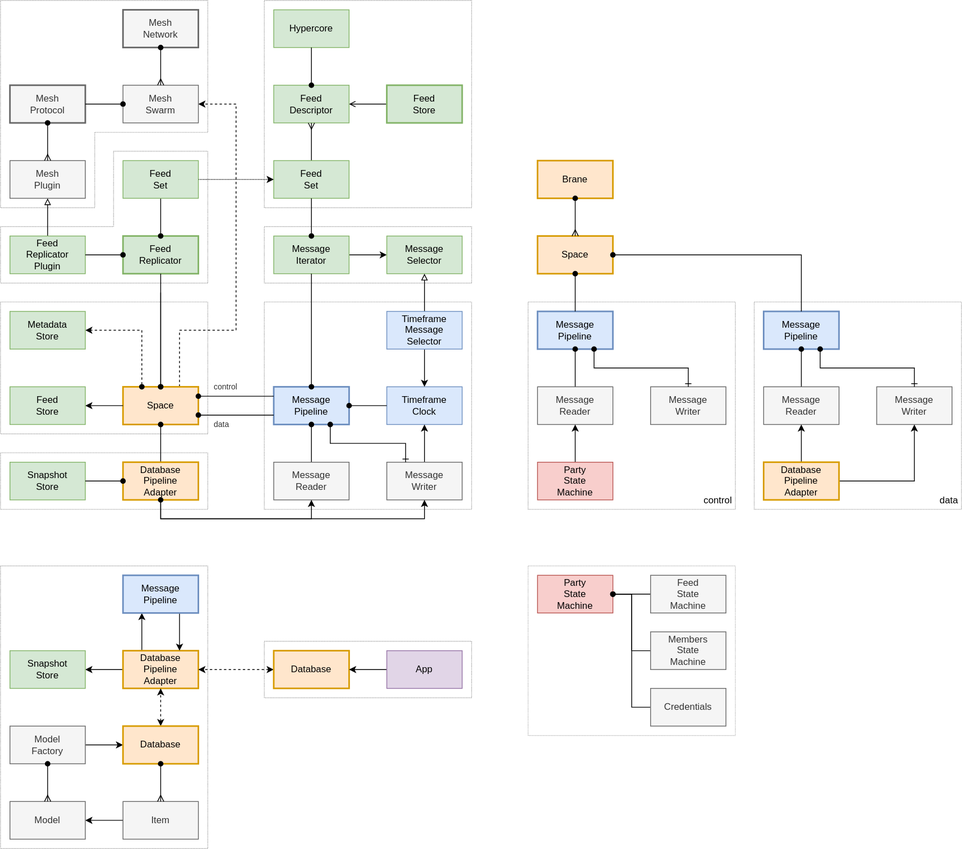
The draw.io diagram docs/design/diagrams/echo-pipeline.drawio.svg in dxos/dxos, before a commit. Source tidied: cells renumbered, new cells last; positions are measured from the earlier drawing's top-left corner, leaving out a move shared by most shapes.
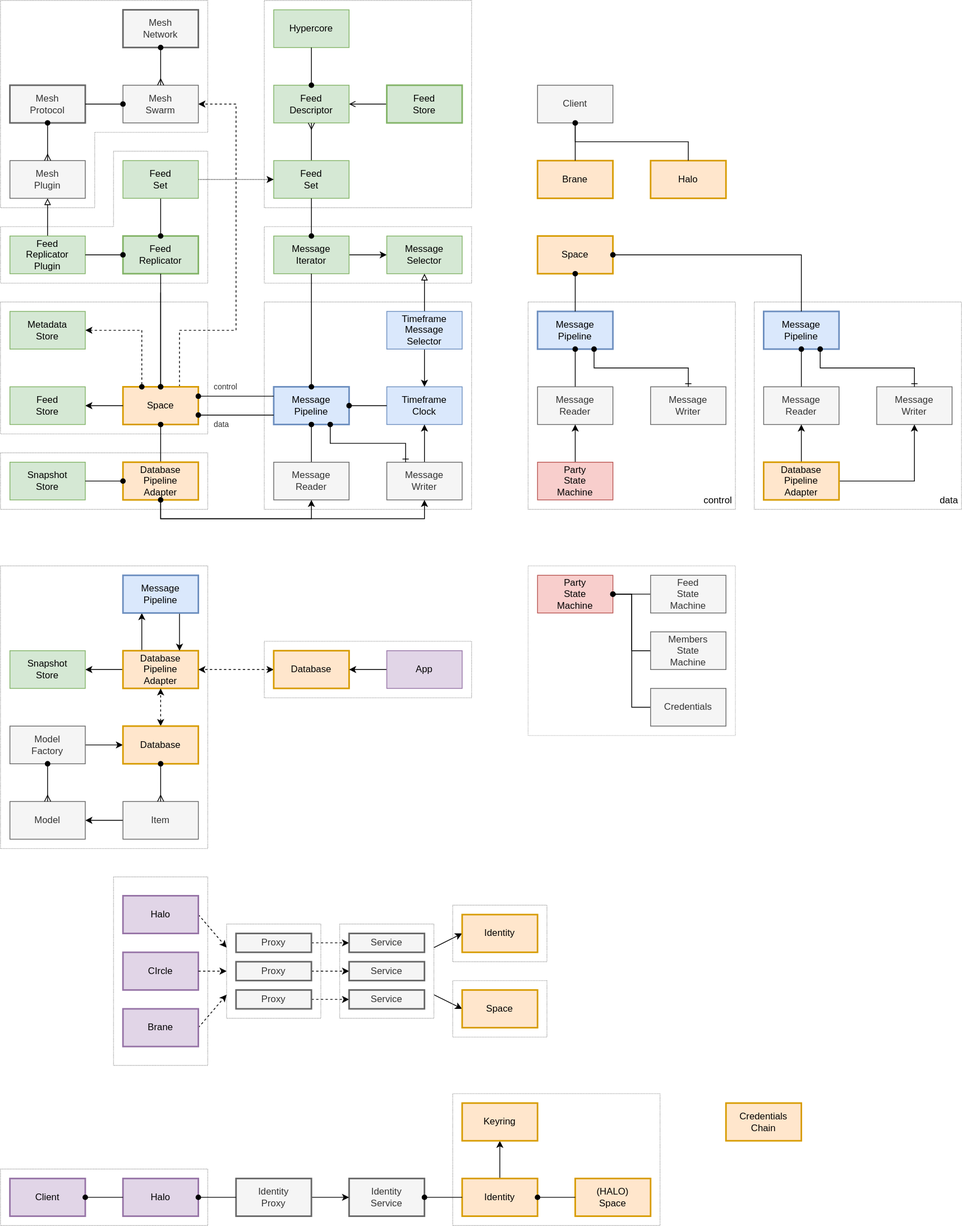
The same diagram one commit later.

Diff of the diagram source:
```diff
@@ -2,6 +2,33 @@
   <root>
     <mxCell id="0" />
     <mxCell id="1" parent="0" />
+    <mxCell id="115" style="rounded=0;whiteSpace=wrap;html=1;fillColor=none;dashed=1;strokeColor=#999999;dashPattern=1 1;" parent="1" vertex="1">
+      <mxGeometry y="1488" width="264" height="72" as="geometry" />
+    </mxCell>
+    <mxCell id="116" style="rounded=0;whiteSpace=wrap;html=1;fillColor=none;dashed=1;strokeColor=#999999;dashPattern=1 1;" parent="1" vertex="1">
+      <mxGeometry x="576" y="1392" width="264" height="168" as="geometry" />
+    </mxCell>
+    <mxCell id="117" style="rounded=0;whiteSpace=wrap;html=1;fillColor=none;dashed=1;strokeColor=#999999;dashPattern=1 1;" parent="1" vertex="1">
+      <mxGeometry x="288" y="1176" width="120" height="120" as="geometry" />
+    </mxCell>
+    <mxCell id="118" style="edgeStyle=none;shape=connector;rounded=0;html=1;exitX=1;exitY=0.25;exitDx=0;exitDy=0;entryX=0;entryY=0.5;entryDx=0;entryDy=0;labelBackgroundColor=default;fontFamily=Helvetica;fontSize=11;fontColor=default;startArrow=none;startFill=0;endArrow=classic;endFill=1;strokeColor=default;" parent="1" edge="1" source="120" target="134">
+      <mxGeometry relative="1" as="geometry" />
+    </mxCell>
+    <mxCell id="119" style="edgeStyle=none;shape=connector;rounded=0;html=1;exitX=1;exitY=0.75;exitDx=0;exitDy=0;entryX=0;entryY=0.5;entryDx=0;entryDy=0;labelBackgroundColor=default;fontFamily=Helvetica;fontSize=11;fontColor=default;startArrow=none;startFill=0;endArrow=classic;endFill=1;strokeColor=default;" parent="1" edge="1" source="120" target="137">
+      <mxGeometry relative="1" as="geometry" />
+    </mxCell>
+    <mxCell id="120" style="rounded=0;whiteSpace=wrap;html=1;fillColor=none;dashed=1;strokeColor=#999999;dashPattern=1 1;" parent="1" vertex="1">
+      <mxGeometry x="432" y="1176" width="120" height="120" as="geometry" />
+    </mxCell>
+    <mxCell id="121" style="rounded=0;whiteSpace=wrap;html=1;fillColor=none;dashed=1;strokeColor=#999999;dashPattern=1 1;" parent="1" vertex="1">
+      <mxGeometry x="576" y="1248" width="120" height="72" as="geometry" />
+    </mxCell>
+    <mxCell id="122" style="rounded=0;whiteSpace=wrap;html=1;fillColor=none;dashed=1;strokeColor=#999999;dashPattern=1 1;" parent="1" vertex="1">
+      <mxGeometry x="576" y="1152" width="120" height="72" as="geometry" />
+    </mxCell>
+    <mxCell id="123" style="rounded=0;whiteSpace=wrap;html=1;fillColor=none;dashed=1;strokeColor=#999999;dashPattern=1 1;" parent="1" vertex="1">
+      <mxGeometry x="144" y="1116" width="120" height="240" as="geometry" />
+    </mxCell>
     <mxCell id="2" style="rounded=0;whiteSpace=wrap;html=1;fillColor=none;dashed=1;strokeColor=#999999;dashPattern=1 1;" parent="1" vertex="1">
       <mxGeometry x="336" y="816" width="264" height="72" as="geometry" />
     </mxCell>
@@ -336,9 +363,6 @@
     <mxCell id="94" value="Brane" style="rounded=0;whiteSpace=wrap;html=1;fillColor=#ffe6cc;strokeColor=#d79b00;strokeWidth=2;" parent="1" vertex="1">
       <mxGeometry x="684" y="204" width="96" height="48" as="geometry" />
     </mxCell>
-    <mxCell id="95" style="edgeStyle=none;rounded=0;html=1;exitX=0.5;exitY=1;exitDx=0;exitDy=0;startArrow=oval;startFill=1;endArrow=ERmany;endFill=0;" parent="1" edge="1" source="94" target="91">
-      <mxGeometry relative="1" as="geometry" />
-    </mxCell>
     <mxCell id="96" style="edgeStyle=none;html=1;exitX=0;exitY=0.5;exitDx=0;exitDy=0;startArrow=none;startFill=0;endArrow=classic;endFill=1;" parent="1" edge="1" source="98" target="110">
       <mxGeometry relative="1" as="geometry" />
     </mxCell>
@@ -396,5 +420,115 @@
     <mxCell id="114" style="edgeStyle=none;html=1;endArrow=ERmany;endFill=0;startArrow=oval;startFill=1;" parent="1" edge="1" source="109" target="106">
       <mxGeometry relative="1" as="geometry" />
     </mxCell>
+    <mxCell id="124" style="edgeStyle=none;shape=connector;rounded=0;html=1;exitX=0.5;exitY=0;exitDx=0;exitDy=0;labelBackgroundColor=default;fontFamily=Helvetica;fontSize=11;fontColor=default;startArrow=none;startFill=0;endArrow=classic;endFill=1;strokeColor=default;" parent="1" edge="1" source="125" target="152">
+      <mxGeometry relative="1" as="geometry" />
+    </mxCell>
+    <mxCell id="125" value="Identity" style="rounded=0;whiteSpace=wrap;html=1;fillColor=#ffe6cc;strokeColor=#d79b00;strokeWidth=2;" parent="1" vertex="1">
+      <mxGeometry x="588" y="1500" width="96" height="48" as="geometry" />
+    </mxCell>
+    <mxCell id="126" value="Halo" style="rounded=0;whiteSpace=wrap;html=1;fillColor=#ffe6cc;strokeColor=#d79b00;strokeWidth=2;" parent="1" vertex="1">
+      <mxGeometry x="828" y="204" width="96" height="48" as="geometry" />
+    </mxCell>
+    <mxCell id="127" style="edgeStyle=none;html=1;exitX=0.5;exitY=1;exitDx=0;exitDy=0;entryX=0.5;entryY=0;entryDx=0;entryDy=0;startArrow=oval;startFill=1;endArrow=none;endFill=0;rounded=0;" parent="1" edge="1" source="128" target="126">
+      <mxGeometry relative="1" as="geometry">
+        <Array as="points">
+          <mxPoint x="732" y="180" />
+          <mxPoint x="876" y="180" />
+        </Array>
+      </mxGeometry>
+    </mxCell>
+    <mxCell id="128" value="Client" style="rounded=0;whiteSpace=wrap;html=1;fillColor=#f5f5f5;strokeColor=#666666;fontColor=#333333;" parent="1" vertex="1">
+      <mxGeometry x="684" y="108" width="96" height="48" as="geometry" />
+    </mxCell>
+    <mxCell id="129" style="edgeStyle=none;html=1;exitX=0.5;exitY=1;exitDx=0;exitDy=0;endArrow=none;endFill=0;startArrow=oval;startFill=1;" parent="1" edge="1" source="128" target="94">
+      <mxGeometry relative="1" as="geometry" />
+    </mxCell>
+    <mxCell id="130" style="edgeStyle=none;shape=connector;rounded=0;html=1;exitX=1;exitY=0.5;exitDx=0;exitDy=0;entryX=0;entryY=0.25;entryDx=0;entryDy=0;dashed=1;labelBackgroundColor=default;fontFamily=Helvetica;fontSize=11;fontColor=default;startArrow=none;startFill=0;endArrow=classic;endFill=1;strokeColor=default;" parent="1" edge="1" source="131" target="117">
+      <mxGeometry relative="1" as="geometry" />
+    </mxCell>
+    <mxCell id="131" value="Halo" style="rounded=0;whiteSpace=wrap;html=1;fillColor=#e1d5e7;strokeColor=#9673a6;strokeWidth=2;" parent="1" vertex="1">
+      <mxGeometry x="156" y="1140" width="96" height="48" as="geometry" />
+    </mxCell>
+    <mxCell id="132" style="edgeStyle=none;shape=connector;rounded=0;html=1;exitX=1;exitY=0.5;exitDx=0;exitDy=0;dashed=1;labelBackgroundColor=default;fontFamily=Helvetica;fontSize=11;fontColor=default;startArrow=none;startFill=0;endArrow=classic;endFill=1;strokeColor=default;" parent="1" edge="1" source="133" target="138">
+      <mxGeometry relative="1" as="geometry" />
+    </mxCell>
+    <mxCell id="133" value="Proxy" style="rounded=0;whiteSpace=wrap;html=1;fillColor=#f5f5f5;strokeColor=#666666;strokeWidth=2;fontColor=#333333;" parent="1" vertex="1">
+      <mxGeometry x="300" y="1188" width="96" height="24" as="geometry" />
+    </mxCell>
+    <mxCell id="134" value="Identity" style="rounded=0;whiteSpace=wrap;html=1;fillColor=#ffe6cc;strokeColor=#d79b00;strokeWidth=2;" parent="1" vertex="1">
+      <mxGeometry x="588" y="1164" width="96" height="48" as="geometry" />
+    </mxCell>
+    <mxCell id="135" style="edgeStyle=none;shape=connector;rounded=0;html=1;exitX=1;exitY=0.5;exitDx=0;exitDy=0;entryX=0;entryY=0.75;entryDx=0;entryDy=0;dashed=1;labelBackgroundColor=default;fontFamily=Helvetica;fontSize=11;fontColor=default;startArrow=none;startFill=0;endArrow=classic;endFill=1;strokeColor=default;" parent="1" edge="1" source="136" target="117">
+      <mxGeometry relative="1" as="geometry" />
+    </mxCell>
+    <mxCell id="136" value="Brane" style="rounded=0;whiteSpace=wrap;html=1;fillColor=#e1d5e7;strokeColor=#9673a6;strokeWidth=2;" parent="1" vertex="1">
+      <mxGeometry x="156" y="1284" width="96" height="48" as="geometry" />
+    </mxCell>
+    <mxCell id="137" value="Space" style="rounded=0;whiteSpace=wrap;html=1;fillColor=#ffe6cc;strokeColor=#d79b00;strokeWidth=2;" parent="1" vertex="1">
+      <mxGeometry x="588" y="1260" width="96" height="48" as="geometry" />
+    </mxCell>
+    <mxCell id="138" value="Service" style="rounded=0;whiteSpace=wrap;html=1;fillColor=#f5f5f5;strokeColor=#666666;strokeWidth=2;fontColor=#333333;" parent="1" vertex="1">
+      <mxGeometry x="444" y="1188" width="96" height="24" as="geometry" />
+    </mxCell>
+    <mxCell id="139" style="edgeStyle=none;shape=connector;rounded=0;html=1;exitX=1;exitY=0.5;exitDx=0;exitDy=0;entryX=0;entryY=0.5;entryDx=0;entryDy=0;dashed=1;labelBackgroundColor=default;fontFamily=Helvetica;fontSize=11;fontColor=default;startArrow=none;startFill=0;endArrow=classic;endFill=1;strokeColor=default;" parent="1" edge="1" source="140" target="143">
+      <mxGeometry relative="1" as="geometry" />
+    </mxCell>
+    <mxCell id="140" value="Proxy" style="rounded=0;whiteSpace=wrap;html=1;fillColor=#f5f5f5;strokeColor=#666666;strokeWidth=2;fontColor=#333333;" parent="1" vertex="1">
+      <mxGeometry x="300" y="1224" width="96" height="24" as="geometry" />
+    </mxCell>
+    <mxCell id="141" style="edgeStyle=none;shape=connector;rounded=0;html=1;exitX=1;exitY=0.5;exitDx=0;exitDy=0;dashed=1;labelBackgroundColor=default;fontFamily=Helvetica;fontSize=11;fontColor=default;startArrow=none;startFill=0;endArrow=classic;endFill=1;strokeColor=default;" parent="1" edge="1" source="142" target="144">
+      <mxGeometry relative="1" as="geometry" />
+    </mxCell>
+    <mxCell id="142" value="Proxy" style="rounded=0;whiteSpace=wrap;html=1;fillColor=#f5f5f5;strokeColor=#666666;strokeWidth=2;fontColor=#333333;" parent="1" vertex="1">
+      <mxGeometry x="300" y="1260" width="96" height="24" as="geometry" />
+    </mxCell>
+    <mxCell id="143" value="Service" style="rounded=0;whiteSpace=wrap;html=1;fillColor=#f5f5f5;strokeColor=#666666;strokeWidth=2;fontColor=#333333;" parent="1" vertex="1">
+      <mxGeometry x="444" y="1224" width="96" height="24" as="geometry" />
+    </mxCell>
+    <mxCell id="144" value="Service" style="rounded=0;whiteSpace=wrap;html=1;fillColor=#f5f5f5;strokeColor=#666666;strokeWidth=2;fontColor=#333333;" parent="1" vertex="1">
+      <mxGeometry x="444" y="1260" width="96" height="24" as="geometry" />
+    </mxCell>
+    <mxCell id="145" value="(HALO)&lt;br&gt;Space" style="rounded=0;whiteSpace=wrap;html=1;fillColor=#ffe6cc;strokeColor=#d79b00;strokeWidth=2;" parent="1" vertex="1">
+      <mxGeometry x="732" y="1500" width="96" height="48" as="geometry" />
+    </mxCell>
+    <mxCell id="146" style="edgeStyle=none;shape=connector;rounded=0;html=1;labelBackgroundColor=default;fontFamily=Helvetica;fontSize=11;fontColor=default;startArrow=oval;startFill=1;endArrow=none;endFill=0;strokeColor=default;" parent="1" edge="1" source="125" target="145">
+      <mxGeometry relative="1" as="geometry" />
+    </mxCell>
+    <mxCell id="147" value="Identity&lt;br&gt;Service" style="rounded=0;whiteSpace=wrap;html=1;fillColor=#f5f5f5;strokeColor=#666666;strokeWidth=2;fontColor=#333333;" parent="1" vertex="1">
+      <mxGeometry x="444" y="1500" width="96" height="48" as="geometry" />
+    </mxCell>
+    <mxCell id="148" style="edgeStyle=none;shape=connector;rounded=0;html=1;exitX=1;exitY=0.5;exitDx=0;exitDy=0;labelBackgroundColor=default;fontFamily=Helvetica;fontSize=11;fontColor=default;startArrow=none;startFill=0;endArrow=classic;endFill=1;strokeColor=default;" parent="1" edge="1" source="149" target="147">
+      <mxGeometry relative="1" as="geometry" />
+    </mxCell>
+    <mxCell id="149" value="Identity&lt;br&gt;Proxy" style="rounded=0;whiteSpace=wrap;html=1;fillColor=#f5f5f5;strokeColor=#666666;strokeWidth=2;fontColor=#333333;" parent="1" vertex="1">
+      <mxGeometry x="300" y="1500" width="96" height="48" as="geometry" />
+    </mxCell>
+    <mxCell id="150" value="Halo" style="rounded=0;whiteSpace=wrap;html=1;fillColor=#e1d5e7;strokeColor=#9673a6;strokeWidth=2;" parent="1" vertex="1">
+      <mxGeometry x="156" y="1500" width="96" height="48" as="geometry" />
+    </mxCell>
+    <mxCell id="151" style="edgeStyle=none;shape=connector;rounded=0;html=1;exitX=1;exitY=0.5;exitDx=0;exitDy=0;entryX=0;entryY=0.5;entryDx=0;entryDy=0;labelBackgroundColor=default;fontFamily=Helvetica;fontSize=11;fontColor=default;startArrow=oval;startFill=1;endArrow=none;endFill=0;strokeColor=default;" parent="1" edge="1" source="150" target="149">
+      <mxGeometry relative="1" as="geometry" />
+    </mxCell>
+    <mxCell id="152" value="Keyring" style="rounded=0;whiteSpace=wrap;html=1;fillColor=#ffe6cc;strokeColor=#d79b00;strokeWidth=2;" parent="1" vertex="1">
+      <mxGeometry x="588" y="1404" width="96" height="48" as="geometry" />
+    </mxCell>
+    <mxCell id="153" style="edgeStyle=none;shape=connector;rounded=0;html=1;exitX=1;exitY=0.5;exitDx=0;exitDy=0;labelBackgroundColor=default;fontFamily=Helvetica;fontSize=11;fontColor=default;startArrow=oval;startFill=1;endArrow=none;endFill=0;strokeColor=default;" parent="1" edge="1" source="147" target="125">
+      <mxGeometry relative="1" as="geometry" />
+    </mxCell>
+    <mxCell id="154" value="Client" style="rounded=0;whiteSpace=wrap;html=1;fillColor=#e1d5e7;strokeColor=#9673a6;strokeWidth=2;" parent="1" vertex="1">
+      <mxGeometry x="12" y="1500" width="96" height="48" as="geometry" />
+    </mxCell>
+    <mxCell id="155" style="edgeStyle=none;shape=connector;rounded=0;html=1;exitX=1;exitY=0.5;exitDx=0;exitDy=0;labelBackgroundColor=default;fontFamily=Helvetica;fontSize=11;fontColor=default;startArrow=oval;startFill=1;endArrow=none;endFill=0;strokeColor=default;" parent="1" edge="1" source="154" target="150">
+      <mxGeometry relative="1" as="geometry" />
+    </mxCell>
+    <mxCell id="156" value="CIrcle" style="rounded=0;whiteSpace=wrap;html=1;fillColor=#e1d5e7;strokeColor=#9673a6;strokeWidth=2;" parent="1" vertex="1">
+      <mxGeometry x="156" y="1212" width="96" height="48" as="geometry" />
+    </mxCell>
+    <mxCell id="157" style="edgeStyle=none;shape=connector;rounded=0;html=1;exitX=1;exitY=0.5;exitDx=0;exitDy=0;entryX=0;entryY=0.5;entryDx=0;entryDy=0;dashed=1;labelBackgroundColor=default;fontFamily=Helvetica;fontSize=11;fontColor=default;startArrow=none;startFill=0;endArrow=classic;endFill=1;strokeColor=default;" parent="1" edge="1" source="156" target="117">
+      <mxGeometry relative="1" as="geometry" />
+    </mxCell>
+    <mxCell id="158" value="Credentials&lt;br&gt;Chain" style="rounded=0;whiteSpace=wrap;html=1;fillColor=#ffe6cc;strokeColor=#d79b00;strokeWidth=2;" parent="1" vertex="1">
+      <mxGeometry x="924" y="1404" width="96" height="48" as="geometry" />
+    </mxCell>
   </root>
 </mxGraphModel>
```
